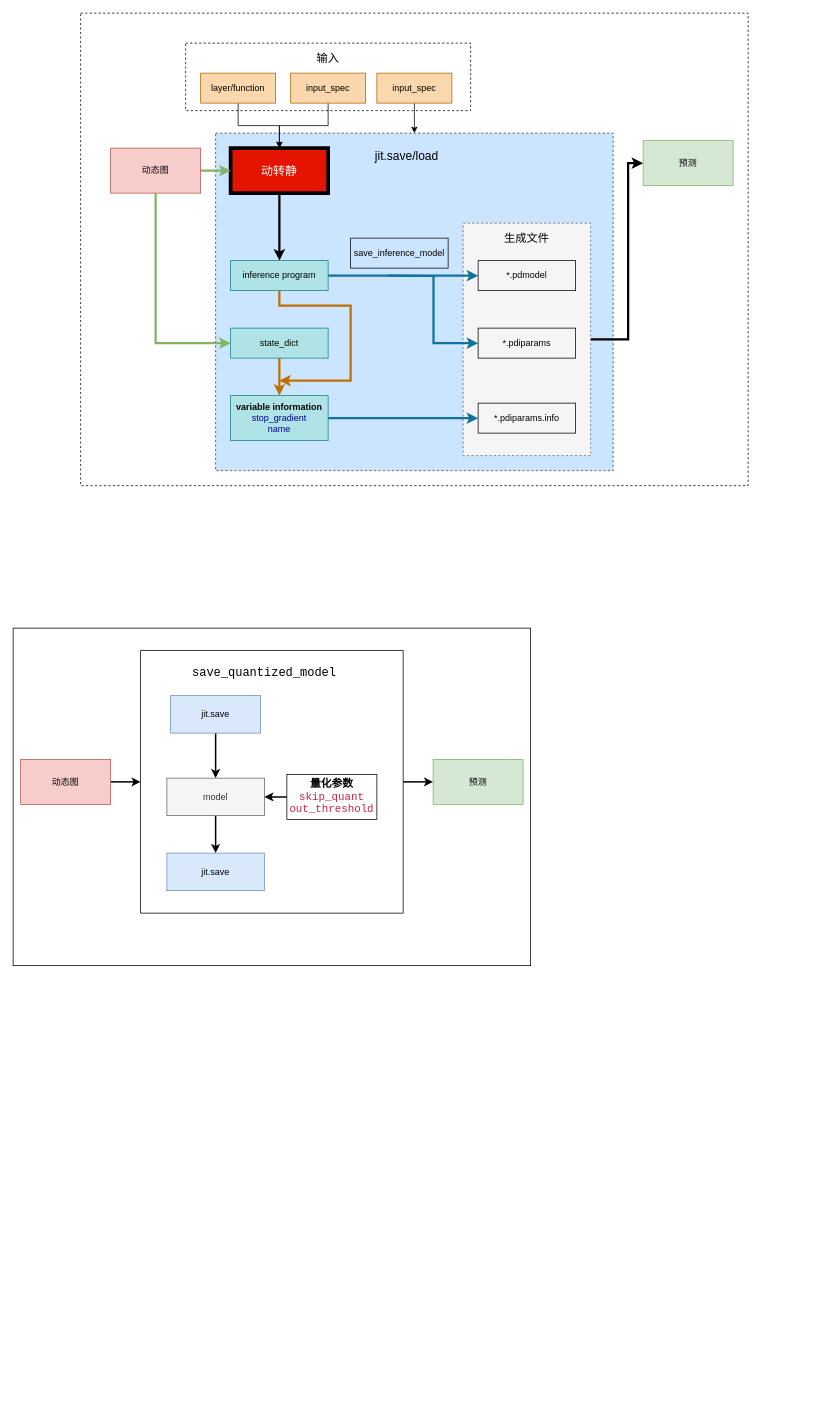
Above: save/jit.drawio in hbwx24/draw.io (draw.io), before the change. Source tidied: cells renumbered, new cells numbered last; positions are measured from the earlier drawing's top-left corner, leaving out a move shared by most shapes. Both pictures are drawn from the tidied source at 75%, with x=0, y=0 at pixel (13, 13).
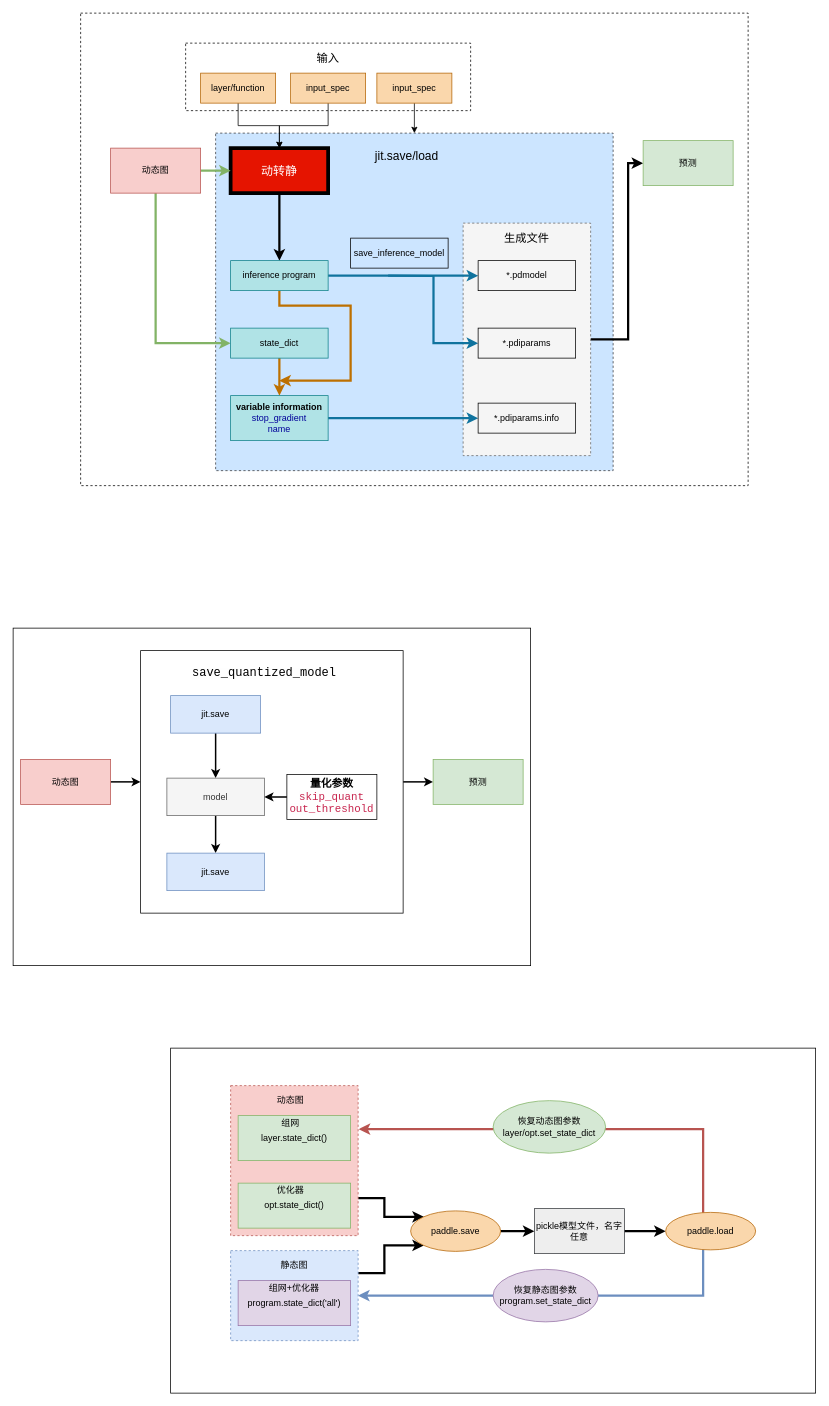
The same page after the edit.

The edit, as a diff of the source:
```diff
@@
+    <mxCell id="48" style="rounded=0;whiteSpace=wrap;html=1;strokeWidth=1;" parent="1" vertex="1">
+      <mxGeometry x="210" y="1380" width="860" height="460" as="geometry" />
+    </mxCell>
+    <mxCell id="49" style="edgeStyle=orthogonalEdgeStyle;rounded=0;jettySize=auto;html=1;entryX=0;entryY=0;entryDx=0;entryDy=0;strokeWidth=3;exitX=1;exitY=0.75;exitDx=0;exitDy=0;" parent="1" edge="1" source="50" target="62">
+      <mxGeometry relative="1" as="geometry" />
+    </mxCell>
+    <mxCell id="50" style="rounded=0;whiteSpace=wrap;html=1;strokeColor=#b85450;strokeWidth=1;fillColor=#f8cecc;dashed=1;" parent="1" vertex="1">
+      <mxGeometry x="290" y="1430" width="170" height="200" as="geometry" />
+    </mxCell>
+    <mxCell id="51" style="edgeStyle=orthogonalEdgeStyle;rounded=0;jettySize=auto;html=1;entryX=0;entryY=1;entryDx=0;entryDy=0;strokeWidth=3;exitX=1;exitY=0.25;exitDx=0;exitDy=0;" parent="1" edge="1" source="52" target="62">
+      <mxGeometry relative="1" as="geometry" />
+    </mxCell>
+    <mxCell id="52" style="rounded=0;whiteSpace=wrap;html=1;strokeColor=#6c8ebf;strokeWidth=1;fillColor=#dae8fc;dashed=1;" parent="1" vertex="1">
+      <mxGeometry x="290" y="1650" width="170" height="120" as="geometry" />
+    </mxCell>
@@
+    <mxCell id="53" value="layer.state_dict()" style="rounded=0;whiteSpace=wrap;html=1;strokeColor=#82b366;strokeWidth=1;fillColor=#d5e8d4;" parent="1" vertex="1">
+      <mxGeometry x="300" y="1470" width="150" height="60" as="geometry" />
+    </mxCell>
+    <mxCell id="54" value="组网" style="text;html=1;strokeColor=none;fillColor=none;align=center;verticalAlign=middle;whiteSpace=wrap;rounded=0;" parent="1" vertex="1">
+      <mxGeometry x="350" y="1470" width="40" height="20" as="geometry" />
+    </mxCell>
+    <mxCell id="55" value="opt.state_dict()" style="rounded=0;whiteSpace=wrap;html=1;strokeColor=#82b366;strokeWidth=1;fillColor=#d5e8d4;" parent="1" vertex="1">
+      <mxGeometry x="300" y="1560" width="150" height="60" as="geometry" />
+    </mxCell>
+    <mxCell id="56" value="优化器" style="text;html=1;strokeColor=none;fillColor=none;align=center;verticalAlign=middle;whiteSpace=wrap;rounded=0;" parent="1" vertex="1">
+      <mxGeometry x="350" y="1560" width="40" height="20" as="geometry" />
+    </mxCell>
+    <mxCell id="57" value="program.state_dict('all')" style="rounded=0;whiteSpace=wrap;html=1;strokeColor=#9673a6;strokeWidth=1;fillColor=#e1d5e7;" parent="1" vertex="1">
+      <mxGeometry x="300" y="1690" width="150" height="60" as="geometry" />
+    </mxCell>
+    <mxCell id="58" value="组网+优化器" style="text;html=1;strokeColor=none;fillColor=none;align=center;verticalAlign=middle;whiteSpace=wrap;rounded=0;" parent="1" vertex="1">
+      <mxGeometry x="330" y="1690" width="90" height="20" as="geometry" />
+    </mxCell>
+    <mxCell id="59" value="动态图" style="text;html=1;strokeColor=none;fillColor=none;align=center;verticalAlign=middle;whiteSpace=wrap;rounded=0;dashed=1;" parent="1" vertex="1">
+      <mxGeometry x="350" y="1440" width="40" height="20" as="geometry" />
+    </mxCell>
+    <mxCell id="60" value="静态图" style="text;html=1;strokeColor=none;fillColor=none;align=center;verticalAlign=middle;whiteSpace=wrap;rounded=0;dashed=1;" parent="1" vertex="1">
+      <mxGeometry x="355" y="1660" width="40" height="20" as="geometry" />
+    </mxCell>
+    <mxCell id="61" style="edgeStyle=orthogonalEdgeStyle;rounded=0;jettySize=auto;html=1;entryX=0;entryY=0.5;entryDx=0;entryDy=0;strokeWidth=3;" parent="1" edge="1" source="62" target="64">
+      <mxGeometry relative="1" as="geometry" />
+    </mxCell>
+    <mxCell id="62" value="paddle.save" style="ellipse;whiteSpace=wrap;html=1;strokeWidth=1;fillColor=#fad7ac;strokeColor=#b46504;" parent="1" vertex="1">
+      <mxGeometry x="530" y="1597" width="120" height="54" as="geometry" />
+    </mxCell>
+    <mxCell id="63" style="edgeStyle=orthogonalEdgeStyle;rounded=0;jettySize=auto;html=1;entryX=0;entryY=0.5;entryDx=0;entryDy=0;strokeWidth=3;" parent="1" edge="1" source="64" target="67">
+      <mxGeometry relative="1" as="geometry" />
+    </mxCell>
+    <mxCell id="64" value="pickle模型文件，名字任意" style="rounded=0;whiteSpace=wrap;html=1;strokeWidth=1;fillColor=#eeeeee;strokeColor=#36393d;" parent="1" vertex="1">
+      <mxGeometry x="695" y="1594" width="120" height="60" as="geometry" />
+    </mxCell>
+    <mxCell id="65" style="edgeStyle=orthogonalEdgeStyle;rounded=0;jettySize=auto;html=1;entryX=1.005;entryY=0.29;entryDx=0;entryDy=0;entryPerimeter=0;strokeWidth=3;fillColor=#f8cecc;strokeColor=#b85450;" parent="1" edge="1" source="67" target="50">
+      <mxGeometry relative="1" as="geometry">
+        <Array as="points">
+          <mxPoint x="920" y="1488" />
+        </Array>
+      </mxGeometry>
+    </mxCell>
+    <mxCell id="66" style="edgeStyle=orthogonalEdgeStyle;rounded=0;jettySize=auto;html=1;strokeWidth=3;entryX=1;entryY=0.5;entryDx=0;entryDy=0;fillColor=#dae8fc;strokeColor=#6c8ebf;" parent="1" edge="1" source="67" target="52">
+      <mxGeometry relative="1" as="geometry">
+        <Array as="points">
+          <mxPoint x="920" y="1710" />
+        </Array>
+      </mxGeometry>
+    </mxCell>
+    <mxCell id="67" value="paddle.load" style="ellipse;whiteSpace=wrap;html=1;strokeWidth=1;fillColor=#fad7ac;strokeColor=#b46504;" parent="1" vertex="1">
+      <mxGeometry x="870" y="1599" width="120" height="50" as="geometry" />
+    </mxCell>
+    <mxCell id="68" value="恢复动态图参数layer/opt.set_state_dict" style="ellipse;whiteSpace=wrap;html=1;strokeWidth=1;fillColor=#d5e8d4;strokeColor=#82b366;" parent="1" vertex="1">
+      <mxGeometry x="640" y="1450" width="150" height="70" as="geometry" />
+    </mxCell>
+    <mxCell id="69" value="恢复静态图参数program.set_state_dict" style="ellipse;whiteSpace=wrap;html=1;strokeWidth=1;fillColor=#e1d5e7;strokeColor=#9673a6;" parent="1" vertex="1">
+      <mxGeometry x="640" y="1675" width="140" height="70" as="geometry" />
+    </mxCell>
```
